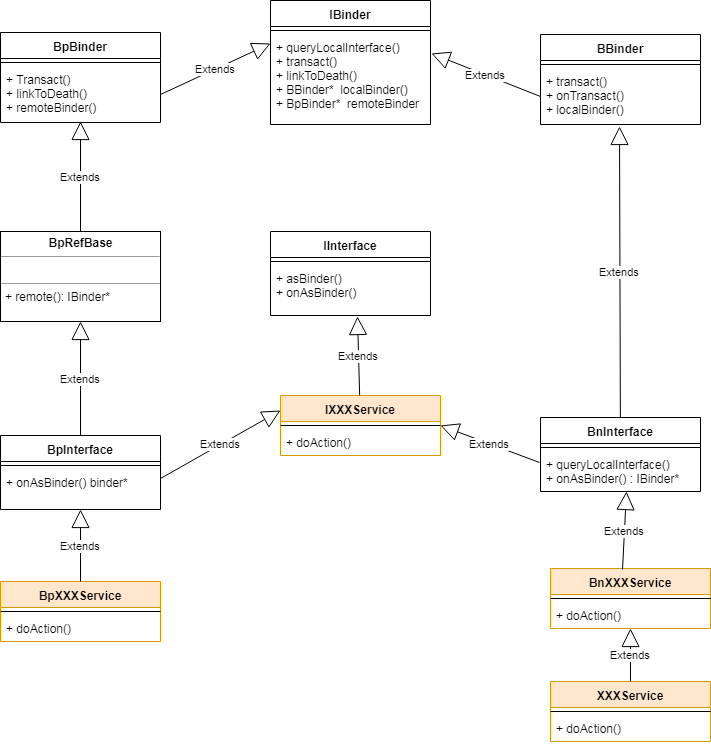
Above: binder/diagram/libbinder class relationship.png in cuijpus/Android (draw.io), before the change. Source tidied: cells renumbered, new cells last; positions are measured from the earlier drawing's top-left corner, leaving out a move shared by most shapes.
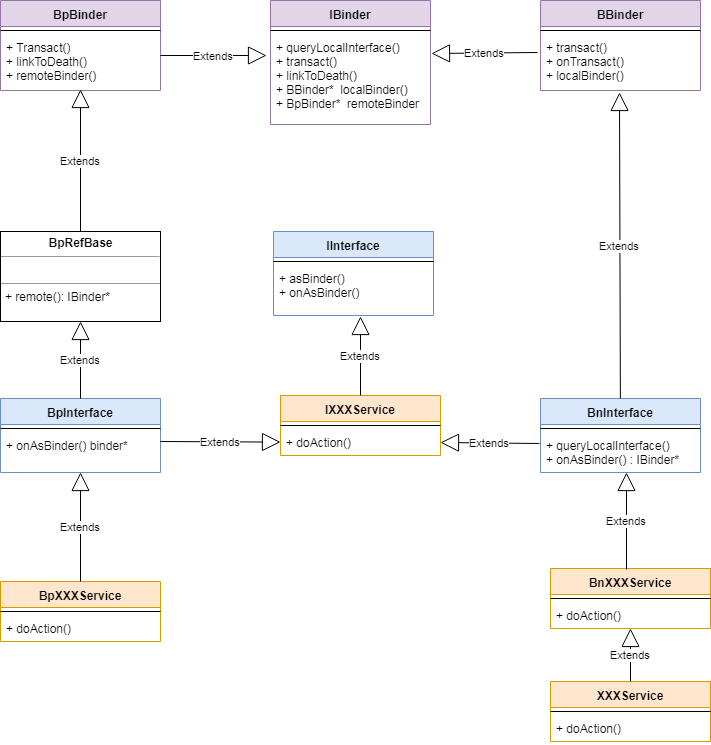
After the commit.

The edit, as a diff of the source:
```diff
@@ -2,22 +2,17 @@
   <root>
     <mxCell id="0" />
     <mxCell id="1" parent="0" />
-    <mxCell id="2" value="IBinder" style="swimlane;fontStyle=1;align=center;verticalAlign=top;horizontal=1;startSize=26;" parent="1" vertex="1">
+    <mxCell id="2" value="IBinder" style="swimlane;fontStyle=1;align=center;verticalAlign=top;horizontal=1;startSize=26;fillColor=#e1d5e7;strokeColor=#9673a6;" parent="1" vertex="1">
       <mxGeometry x="270" width="160" height="124" as="geometry" />
     </mxCell>
-    <mxCell id="3" value="Extends" style="endArrow=block;endSize=16;endFill=0;html=1;exitX=1;exitY=0.5;exitDx=0;exitDy=0;" parent="2" edge="1" source="8">
-      <mxGeometry relative="1" as="geometry">
-        <mxPoint y="43" as="targetPoint" />
-      </mxGeometry>
-    </mxCell>
     <mxCell id="4" style="line;strokeWidth=1;fillColor=none;align=left;verticalAlign=middle;spacingTop=-1;spacingLeft=3;spacingRight=3;labelPosition=right;" parent="2" vertex="1">
       <mxGeometry y="26" width="160" height="8" as="geometry" />
     </mxCell>
     <mxCell id="5" value="+ queryLocalInterface()&#10;+ transact()&#10;+ linkToDeath()&#10;+ BBinder*  localBinder()&#10;+ BpBinder*  remoteBinder" style="text;strokeColor=none;fillColor=none;align=left;verticalAlign=top;spacingLeft=4;spacingRight=4;overflow=hidden;points=[[0,0.5],[1,0.5]];portConstraint=eastwest;" parent="2" vertex="1">
       <mxGeometry y="34" width="160" height="90" as="geometry" />
     </mxCell>
-    <mxCell id="6" value="BpBinder" style="swimlane;fontStyle=1;align=center;verticalAlign=top;horizontal=1;startSize=26;" parent="1" vertex="1">
-      <mxGeometry y="32" width="160" height="90" as="geometry" />
+    <mxCell id="6" value="BpBinder" style="swimlane;fontStyle=1;align=center;verticalAlign=top;horizontal=1;startSize=26;fillColor=#e1d5e7;strokeColor=#9673a6;" parent="1" vertex="1">
+      <mxGeometry width="160" height="90" as="geometry" />
     </mxCell>
     <mxCell id="7" style="line;strokeWidth=1;fillColor=none;align=left;verticalAlign=middle;spacingTop=-1;spacingLeft=3;spacingRight=3;labelPosition=right;" parent="6" vertex="1">
       <mxGeometry y="26" width="160" height="8" as="geometry" />
@@ -25,8 +20,8 @@
     <mxCell id="8" value="+ Transact()&#10;+ linkToDeath()&#10;+ remoteBinder()&#10;" style="text;strokeColor=none;fillColor=none;align=left;verticalAlign=top;spacingLeft=4;spacingRight=4;overflow=hidden;points=[[0,0.5],[1,0.5]];portConstraint=eastwest;" parent="6" vertex="1">
       <mxGeometry y="34" width="160" height="56" as="geometry" />
     </mxCell>
-    <mxCell id="9" value="BBinder&#10;&#10;" style="swimlane;fontStyle=1;align=center;verticalAlign=top;horizontal=1;startSize=26;" parent="1" vertex="1">
-      <mxGeometry x="540" y="34" width="160" height="90" as="geometry" />
+    <mxCell id="9" value="BBinder&#10;&#10;" style="swimlane;fontStyle=1;align=center;verticalAlign=top;horizontal=1;startSize=26;fillColor=#e1d5e7;strokeColor=#9673a6;" parent="1" vertex="1">
+      <mxGeometry x="540" width="160" height="90" as="geometry" />
     </mxCell>
     <mxCell id="10" style="line;strokeWidth=1;fillColor=none;align=left;verticalAlign=middle;spacingTop=-1;spacingLeft=3;spacingRight=3;labelPosition=right;" parent="9" vertex="1">
       <mxGeometry y="26" width="160" height="8" as="geometry" />
@@ -34,11 +29,11 @@
     <mxCell id="11" value="+ transact()&#10;+ onTransact()&#10;+ localBinder()&#10;" style="text;strokeColor=none;fillColor=none;align=left;verticalAlign=top;spacingLeft=4;spacingRight=4;overflow=hidden;points=[[0,0.5],[1,0.5]];portConstraint=eastwest;" parent="9" vertex="1">
       <mxGeometry y="34" width="160" height="56" as="geometry" />
     </mxCell>
-    <mxCell id="12" value="Extends" style="endArrow=block;endSize=16;endFill=0;html=1;entryX=1.006;entryY=0.211;entryDx=0;entryDy=0;exitX=0;exitY=0.5;exitDx=0;exitDy=0;entryPerimeter=0;" parent="1" edge="1" source="11" target="5">
+    <mxCell id="12" value="Extends" style="endArrow=block;endSize=16;endFill=0;html=1;entryX=1.006;entryY=0.211;entryDx=0;entryDy=0;exitX=-0.019;exitY=0.321;exitDx=0;exitDy=0;entryPerimeter=0;exitPerimeter=0;" parent="1" edge="1" source="11" target="5">
       <mxGeometry relative="1" as="geometry" />
     </mxCell>
-    <mxCell id="13" value="IInterface&#10;&#10;" style="swimlane;fontStyle=1;align=center;verticalAlign=top;horizontal=1;startSize=26;" parent="1" vertex="1">
-      <mxGeometry x="270" y="231" width="160" height="84" as="geometry" />
+    <mxCell id="13" value="IInterface&#10;&#10;" style="swimlane;fontStyle=1;align=center;verticalAlign=top;horizontal=1;startSize=26;fillColor=#dae8fc;strokeColor=#6c8ebf;" parent="1" vertex="1">
+      <mxGeometry x="273" y="231" width="160" height="84" as="geometry" />
     </mxCell>
     <mxCell id="14" style="line;strokeWidth=1;fillColor=none;align=left;verticalAlign=middle;spacingTop=-1;spacingLeft=3;spacingRight=3;labelPosition=right;" parent="13" vertex="1">
       <mxGeometry y="26" width="160" height="8" as="geometry" />
@@ -55,8 +50,8 @@
     <mxCell id="18" value="+ doAction()" style="text;strokeColor=none;fillColor=none;align=left;verticalAlign=top;spacingLeft=4;spacingRight=4;overflow=hidden;points=[[0,0.5],[1,0.5]];portConstraint=eastwest;" parent="16" vertex="1">
       <mxGeometry y="34" width="160" height="26" as="geometry" />
     </mxCell>
-    <mxCell id="19" value="BnInterface" style="swimlane;fontStyle=1;align=center;verticalAlign=top;horizontal=1;startSize=26;" parent="1" vertex="1">
-      <mxGeometry x="540" y="417" width="160" height="74" as="geometry" />
+    <mxCell id="19" value="BnInterface" style="swimlane;fontStyle=1;align=center;verticalAlign=top;horizontal=1;startSize=26;fillColor=#dae8fc;strokeColor=#6c8ebf;" parent="1" vertex="1">
+      <mxGeometry x="540" y="398" width="160" height="74" as="geometry" />
     </mxCell>
     <mxCell id="20" style="line;strokeWidth=1;fillColor=none;align=left;verticalAlign=middle;spacingTop=-1;spacingLeft=3;spacingRight=3;labelPosition=right;" parent="19" vertex="1">
       <mxGeometry y="26" width="160" height="8" as="geometry" />
@@ -67,16 +62,16 @@
     <mxCell id="22" value="Extends" style="endArrow=block;endSize=16;endFill=0;html=1;entryX=0.494;entryY=1.036;entryDx=0;entryDy=0;entryPerimeter=0;" parent="1" edge="1" source="19" target="11">
       <mxGeometry relative="1" as="geometry" />
     </mxCell>
-    <mxCell id="23" value="Extends" style="endArrow=block;endSize=16;endFill=0;html=1;entryX=1;entryY=0.5;entryDx=0;entryDy=0;entryPerimeter=0;exitX=-0.006;exitY=0.275;exitDx=0;exitDy=0;exitPerimeter=0;" parent="1" edge="1" source="21" target="17">
+    <mxCell id="23" value="Extends" style="endArrow=block;endSize=16;endFill=0;html=1;entryX=1;entryY=0.5;entryDx=0;entryDy=0;exitX=-0.006;exitY=0.275;exitDx=0;exitDy=0;exitPerimeter=0;" parent="1" edge="1" source="21" target="18">
       <mxGeometry relative="1" as="geometry" />
     </mxCell>
-    <mxCell id="24" value="BpInterface" style="swimlane;fontStyle=1;align=center;verticalAlign=top;horizontal=1;startSize=26;" parent="1" vertex="1">
-      <mxGeometry y="435" width="160" height="74" as="geometry" />
+    <mxCell id="24" value="BpInterface" style="swimlane;fontStyle=1;align=center;verticalAlign=top;horizontal=1;startSize=26;fillColor=#dae8fc;strokeColor=#6c8ebf;" parent="1" vertex="1">
+      <mxGeometry y="398" width="160" height="74" as="geometry" />
     </mxCell>
     <mxCell id="25" style="line;strokeWidth=1;fillColor=none;align=left;verticalAlign=middle;spacingTop=-1;spacingLeft=3;spacingRight=3;labelPosition=right;" parent="24" vertex="1">
       <mxGeometry y="26" width="160" height="8" as="geometry" />
     </mxCell>
-    <mxCell id="26" value="Extends" style="endArrow=block;endSize=16;endFill=0;html=1;entryX=0;entryY=0.25;entryDx=0;entryDy=0;" parent="24" edge="1" target="16">
+    <mxCell id="26" value="Extends" style="endArrow=block;endSize=16;endFill=0;html=1;" parent="24" edge="1" target="18">
       <mxGeometry relative="1" as="geometry">
         <mxPoint x="160" y="43" as="sourcePoint" />
       </mxGeometry>
@@ -126,11 +121,18 @@
     <mxCell id="41" value="Extends" style="endArrow=block;endSize=16;endFill=0;html=1;" parent="1" edge="1" source="32" target="27">
       <mxGeometry relative="1" as="geometry" />
     </mxCell>
-    <mxCell id="42" value="Extends" style="endArrow=block;endSize=16;endFill=0;html=1;entryX=0.538;entryY=1;entryDx=0;entryDy=0;entryPerimeter=0;exitX=0.45;exitY=0.017;exitDx=0;exitDy=0;exitPerimeter=0;" parent="1" edge="1" source="35" target="21">
-      <mxGeometry relative="1" as="geometry" />
+    <mxCell id="42" value="Extends" style="endArrow=block;endSize=16;endFill=0;html=1;entryX=0.538;entryY=1;entryDx=0;entryDy=0;entryPerimeter=0;" parent="1" edge="1" target="21">
+      <mxGeometry relative="1" as="geometry">
+        <mxPoint x="626" y="569" as="sourcePoint" />
+      </mxGeometry>
     </mxCell>
     <mxCell id="43" value="Extends" style="endArrow=block;endSize=16;endFill=0;html=1;exitX=0.5;exitY=0;exitDx=0;exitDy=0;" parent="1" edge="1" source="38" target="37">
       <mxGeometry relative="1" as="geometry" />
     </mxCell>
+    <mxCell id="3" value="Extends" style="endArrow=block;endSize=16;endFill=0;html=1;entryX=-0.025;entryY=0.233;entryDx=0;entryDy=0;entryPerimeter=0;" parent="1" edge="1" target="5">
+      <mxGeometry relative="1" as="geometry">
+        <mxPoint x="160" y="55" as="sourcePoint" />
+      </mxGeometry>
+    </mxCell>
   </root>
 </mxGraphModel>
```
